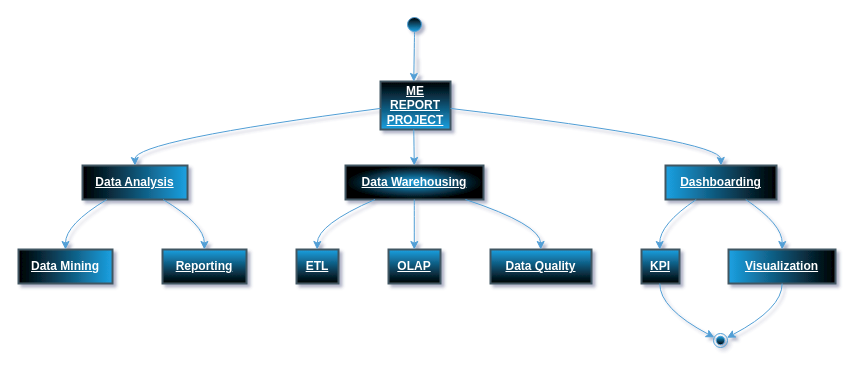
MondeMbono/Work_Stuff keeps this draw.io diagram as Untitled Diagram.drawio. Above is the earlier version. Source tidied: cells renumbered, new cells numbered last; positions are measured from the earlier drawing's top-left corner, leaving out a move shared by most shapes. Both pictures are drawn from the tidied source at 100%, with x=0, y=0 at pixel (18, 17).
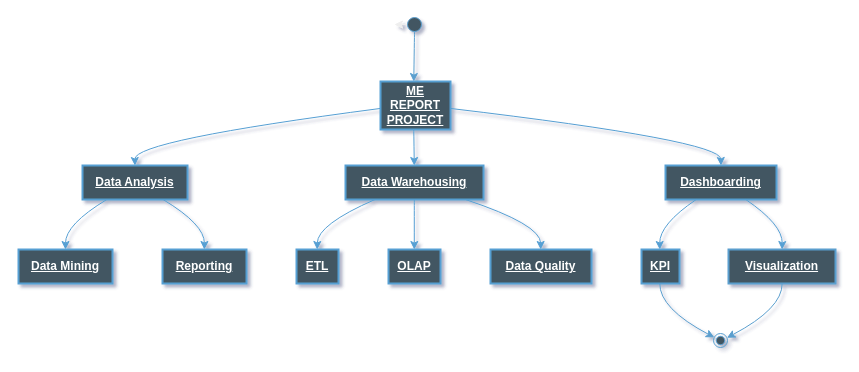
After the change.

Diff of the diagram source:
```diff
@@
-    <mxCell id="2" style="edgeStyle=orthogonalEdgeStyle;rounded=0;jettySize=auto;html=1;strokeColor=#EEEEEE;fontColor=#FFFFFF;fontStyle=5;" parent="1" edge="1" source="3" target="4">
-      <mxGeometry relative="1" as="geometry" />
-    </mxCell>
+    <mxCell id="29" style="edgeStyle=orthogonalEdgeStyle;rounded=0;jettySize=auto;html=1;exitX=1;exitY=0.5;exitDx=0;exitDy=0;strokeColor=#EEEEEE;fontColor=#FFFFFF;" parent="1" edge="1" source="3">
+      <mxGeometry relative="1" as="geometry">
+        <mxPoint x="375.9" y="6.9" as="targetPoint" />
+      </mxGeometry>
+    </mxCell>
-    <mxCell id="3" style="ellipse;rounded=0;labelBackgroundColor=none;fillColor=#1ba1e2;strokeColor=#519ed5;fontColor=#ffffff;gradientColor=default;gradientDirection=north;fontStyle=5;" parent="1" vertex="1">
+    <mxCell id="3" style="ellipse;rounded=0;labelBackgroundColor=none;fillColor=#425762;strokeColor=#5a9ece;fontColor=#ffffff;gradientColor=none;gradientDirection=north;fontStyle=5;" parent="1" vertex="1">
       <mxGeometry x="389" width="14" height="14" as="geometry" />
     </mxCell>
-    <mxCell id="4" value="ME REPORT PROJECT" style="rounded=0;absoluteArcSize=1;arcSize=14;whiteSpace=wrap;strokeWidth=2;labelBackgroundColor=none;fillColor=#1ba1e2;strokeColor=#415762;fontColor=#ffffff;gradientColor=default;gradientDirection=north;fontStyle=5;" parent="1" vertex="1">
+    <mxCell id="4" value="ME REPORT PROJECT" style="rounded=0;absoluteArcSize=1;arcSize=14;whiteSpace=wrap;strokeWidth=2;labelBackgroundColor=none;fillColor=#425762;strokeColor=#569fd3;fontColor=#ffffff;gradientColor=none;gradientDirection=north;fontStyle=5;" parent="1" vertex="1">
       <mxGeometry x="362" y="64" width="70" height="48" as="geometry" />
     </mxCell>
-    <mxCell id="5" value="Data Analysis" style="rounded=0;absoluteArcSize=1;arcSize=14;whiteSpace=wrap;strokeWidth=2;labelBackgroundColor=none;fillColor=#1ba1e2;strokeColor=#415762;fontColor=#ffffff;gradientColor=default;gradientDirection=west;fontStyle=5;" parent="1" vertex="1">
+    <mxCell id="5" value="Data Analysis" style="rounded=0;absoluteArcSize=1;arcSize=14;whiteSpace=wrap;strokeWidth=2;labelBackgroundColor=none;fillColor=#425762;strokeColor=#569fd3;fontColor=#ffffff;gradientColor=none;gradientDirection=west;fontStyle=5;" parent="1" vertex="1">
       <mxGeometry x="64" y="148" width="105" height="34" as="geometry" />
     </mxCell>
-    <mxCell id="6" value="Data Mining" style="rounded=0;absoluteArcSize=1;arcSize=14;whiteSpace=wrap;strokeWidth=2;labelBackgroundColor=none;fillColor=#1ba1e2;strokeColor=#415762;fontColor=#ffffff;gradientColor=default;gradientDirection=west;fontStyle=5;" parent="1" vertex="1">
+    <mxCell id="6" value="Data Mining" style="rounded=0;absoluteArcSize=1;arcSize=14;whiteSpace=wrap;strokeWidth=2;labelBackgroundColor=none;fillColor=#425762;strokeColor=#569fd3;fontColor=#ffffff;gradientColor=none;gradientDirection=west;fontStyle=5;" parent="1" vertex="1">
       <mxGeometry y="232" width="94" height="34" as="geometry" />
     </mxCell>
-    <mxCell id="7" value="Reporting" style="rounded=0;absoluteArcSize=1;arcSize=14;whiteSpace=wrap;strokeWidth=2;labelBackgroundColor=none;fillColor=#1ba1e2;strokeColor=#415762;fontColor=#ffffff;gradientColor=default;fontStyle=5;" parent="1" vertex="1">
+    <mxCell id="7" value="Reporting" style="rounded=0;absoluteArcSize=1;arcSize=14;whiteSpace=wrap;strokeWidth=2;labelBackgroundColor=none;fillColor=#425762;strokeColor=#569fd3;fontColor=#ffffff;gradientColor=none;fontStyle=5;" parent="1" vertex="1">
       <mxGeometry x="144" y="232" width="84" height="34" as="geometry" />
     </mxCell>
-    <mxCell id="8" value="Data Warehousing" style="rounded=0;absoluteArcSize=1;arcSize=14;whiteSpace=wrap;strokeWidth=2;labelBackgroundColor=none;fillColor=#1ba1e2;strokeColor=#415762;fontColor=#ffffff;gradientColor=default;gradientDirection=radial;fontStyle=5;" parent="1" vertex="1">
+    <mxCell id="8" value="Data Warehousing" style="rounded=0;absoluteArcSize=1;arcSize=14;whiteSpace=wrap;strokeWidth=2;labelBackgroundColor=none;fillColor=#425762;strokeColor=#569fd3;fontColor=#ffffff;gradientColor=none;gradientDirection=radial;fontStyle=5;" parent="1" vertex="1">
       <mxGeometry x="327" y="148" width="138" height="34" as="geometry" />
     </mxCell>
-    <mxCell id="9" value="ETL" style="rounded=0;absoluteArcSize=1;arcSize=14;whiteSpace=wrap;strokeWidth=2;labelBackgroundColor=none;fillColor=#1ba1e2;strokeColor=#415762;fontColor=#ffffff;gradientColor=default;fontStyle=5;" parent="1" vertex="1">
+    <mxCell id="9" value="ETL" style="rounded=0;absoluteArcSize=1;arcSize=14;whiteSpace=wrap;strokeWidth=2;labelBackgroundColor=none;fillColor=#425762;strokeColor=#569fd3;fontColor=#ffffff;gradientColor=none;fontStyle=5;" parent="1" vertex="1">
       <mxGeometry x="278" y="232" width="42" height="34" as="geometry" />
     </mxCell>
-    <mxCell id="10" value="OLAP" style="rounded=0;absoluteArcSize=1;arcSize=14;whiteSpace=wrap;strokeWidth=2;labelBackgroundColor=none;fillColor=#1ba1e2;strokeColor=#415762;fontColor=#ffffff;gradientColor=default;fontStyle=5;" parent="1" vertex="1">
+    <mxCell id="10" value="OLAP" style="rounded=0;absoluteArcSize=1;arcSize=14;whiteSpace=wrap;strokeWidth=2;labelBackgroundColor=none;fillColor=#425762;strokeColor=#569fd3;fontColor=#ffffff;gradientColor=none;fontStyle=5;" parent="1" vertex="1">
       <mxGeometry x="370" y="232" width="52" height="34" as="geometry" />
     </mxCell>
-    <mxCell id="11" value="Data Quality" style="rounded=0;absoluteArcSize=1;arcSize=14;whiteSpace=wrap;strokeWidth=2;labelBackgroundColor=none;fillColor=#1ba1e2;strokeColor=#415762;fontColor=#ffffff;gradientColor=default;fontStyle=5;" parent="1" vertex="1">
+    <mxCell id="11" value="Data Quality" style="rounded=0;absoluteArcSize=1;arcSize=14;whiteSpace=wrap;strokeWidth=2;labelBackgroundColor=none;fillColor=#425762;strokeColor=#569fd3;fontColor=#ffffff;gradientColor=none;fontStyle=5;" parent="1" vertex="1">
       <mxGeometry x="472" y="232" width="101" height="34" as="geometry" />
     </mxCell>
-    <mxCell id="12" value="Dashboarding" style="rounded=0;absoluteArcSize=1;arcSize=14;whiteSpace=wrap;strokeWidth=2;labelBackgroundColor=none;fillColor=#1ba1e2;strokeColor=#415762;fontColor=#ffffff;gradientColor=default;gradientDirection=east;fontStyle=5;" parent="1" vertex="1">
+    <mxCell id="12" value="Dashboarding" style="rounded=0;absoluteArcSize=1;arcSize=14;whiteSpace=wrap;strokeWidth=2;labelBackgroundColor=none;fillColor=#425762;strokeColor=#569fd3;fontColor=#ffffff;gradientColor=none;gradientDirection=east;fontStyle=5;" parent="1" vertex="1">
       <mxGeometry x="647" y="148" width="111" height="34" as="geometry" />
     </mxCell>
-    <mxCell id="13" value="KPI" style="rounded=0;absoluteArcSize=1;arcSize=14;whiteSpace=wrap;strokeWidth=2;labelBackgroundColor=none;fillColor=#1ba1e2;strokeColor=#415762;fontColor=#ffffff;gradientColor=default;fontStyle=5;" parent="1" vertex="1">
+    <mxCell id="13" value="KPI" style="rounded=0;absoluteArcSize=1;arcSize=14;whiteSpace=wrap;strokeWidth=2;labelBackgroundColor=none;fillColor=#425762;strokeColor=#569fd3;fontColor=#ffffff;gradientColor=none;fontStyle=5;" parent="1" vertex="1">
       <mxGeometry x="623" y="232" width="38" height="34" as="geometry" />
     </mxCell>
-    <mxCell id="14" value="Visualization" style="rounded=0;absoluteArcSize=1;arcSize=14;whiteSpace=wrap;strokeWidth=2;labelBackgroundColor=none;fillColor=#1ba1e2;strokeColor=#415762;fontColor=#ffffff;gradientColor=default;gradientDirection=east;fontStyle=5;" parent="1" vertex="1">
+    <mxCell id="14" value="Visualization" style="rounded=0;absoluteArcSize=1;arcSize=14;whiteSpace=wrap;strokeWidth=2;labelBackgroundColor=none;fillColor=#425762;strokeColor=#5a9ece;fontColor=#ffffff;gradientColor=none;gradientDirection=east;fontStyle=5;" parent="1" vertex="1">
       <mxGeometry x="710" y="232" width="107" height="34" as="geometry" />
     </mxCell>
-    <mxCell id="15" style="ellipse;shape=endState;rounded=0;labelBackgroundColor=none;fillColor=#1ba1e2;strokeColor=#519ed5;fontColor=#ffffff;gradientColor=default;fontStyle=5;" parent="1" vertex="1">
+    <mxCell id="15" style="ellipse;shape=endState;rounded=0;labelBackgroundColor=none;fillColor=#425762;strokeColor=#5a9ece;fontColor=#ffffff;gradientColor=none;fontStyle=5;" parent="1" vertex="1">
       <mxGeometry x="695" y="316" width="14" height="14" as="geometry" />
     </mxCell>
-    <mxCell id="16" style="curved=1;startArrow=none;exitX=0.48465401785714285;exitY=1;entryX=0.4753502155172414;entryY=0;rounded=0;labelBackgroundColor=none;fontColor=default;fillColor=#1ba1e2;strokeColor=#519ed5;fontStyle=5;" parent="1" edge="1" source="3" target="4">
+    <mxCell id="16" style="curved=1;startArrow=none;exitX=0.48465401785714285;exitY=1;entryX=0.4753502155172414;entryY=0;rounded=0;labelBackgroundColor=none;fontColor=default;fillColor=#1ba1e2;strokeColor=#5a9ece;fontStyle=5;" parent="1" edge="1" source="3" target="4">
       <mxGeometry relative="1" as="geometry" />
     </mxCell>
-    <mxCell id="17" style="curved=1;startArrow=none;exitX=-0.016298491379310345;exitY=0.563046360666309;entryX=0.4992931547619048;entryY=0;rounded=0;labelBackgroundColor=none;fontColor=default;fillColor=#1ba1e2;strokeColor=#519ed5;fontStyle=5;" parent="1" edge="1" source="4" target="5">
+    <mxCell id="17" style="curved=1;startArrow=none;exitX=-0.016298491379310345;exitY=0.563046360666309;entryX=0.4992931547619048;entryY=0;rounded=0;labelBackgroundColor=none;fontColor=default;fillColor=#1ba1e2;strokeColor=#569fd3;fontStyle=5;" parent="1" edge="1" source="4" target="5">
       <mxGeometry relative="1" as="geometry">
         <Array as="points">
           <mxPoint x="116" y="123" />
         </Array>
       </mxGeometry>
     </mxCell>
-    <mxCell id="18" style="curved=1;startArrow=none;exitX=0.2316051941609977;exitY=1;entryX=0.4998337765957447;entryY=0;rounded=0;labelBackgroundColor=none;fontColor=default;fillColor=#1ba1e2;strokeColor=#519ed5;fontStyle=5;" parent="1" edge="1" source="5" target="6">
+    <mxCell id="18" style="curved=1;startArrow=none;exitX=0.2316051941609977;exitY=1;entryX=0.4998337765957447;entryY=0;rounded=0;labelBackgroundColor=none;fontColor=default;fillColor=#1ba1e2;strokeColor=#569fd3;fontStyle=5;" parent="1" edge="1" source="5" target="6">
       <mxGeometry relative="1" as="geometry">
         <Array as="points">
           <mxPoint x="47" y="207" />
         </Array>
       </mxGeometry>
     </mxCell>
-    <mxCell id="19" style="curved=1;startArrow=none;exitX=0.7669811153628118;exitY=1;entryX=0.49841889880952384;entryY=0;rounded=0;labelBackgroundColor=none;fontColor=default;fillColor=#1ba1e2;strokeColor=#519ed5;fontStyle=5;" parent="1" edge="1" source="5" target="7">
+    <mxCell id="19" style="curved=1;startArrow=none;exitX=0.7669811153628118;exitY=1;entryX=0.49841889880952384;entryY=0;rounded=0;labelBackgroundColor=none;fontColor=default;fillColor=#1ba1e2;strokeColor=#569fd3;fontStyle=5;" parent="1" edge="1" source="5" target="7">
       <mxGeometry relative="1" as="geometry">
         <Array as="points">
           <mxPoint x="186" y="207" />
         </Array>
       </mxGeometry>
     </mxCell>
-    <mxCell id="20" style="curved=1;startArrow=none;exitX=0.4753502155172414;exitY=1;entryX=0.49844316123188404;entryY=0;rounded=0;labelBackgroundColor=none;fontColor=default;fillColor=#1ba1e2;strokeColor=#519ed5;fontStyle=5;" parent="1" edge="1" source="4" target="8">
+    <mxCell id="20" style="curved=1;startArrow=none;exitX=0.4753502155172414;exitY=1;entryX=0.49844316123188404;entryY=0;rounded=0;labelBackgroundColor=none;fontColor=default;fillColor=#1ba1e2;strokeColor=#569fd3;fontStyle=5;" parent="1" edge="1" source="4" target="8">
       <mxGeometry relative="1" as="geometry" />
     </mxCell>
-    <mxCell id="21" style="curved=1;startArrow=none;exitX=0.21367308812111796;exitY=1;entryX=0.4927455357142857;entryY=0;rounded=0;labelBackgroundColor=none;fontColor=default;fillColor=#1ba1e2;strokeColor=#519ed5;fontStyle=5;" parent="1" edge="1" source="8" target="9">
+    <mxCell id="21" style="curved=1;startArrow=none;exitX=0.21367308812111796;exitY=1;entryX=0.4927455357142857;entryY=0;rounded=0;labelBackgroundColor=none;fontColor=default;fillColor=#1ba1e2;strokeColor=#569fd3;fontStyle=5;" parent="1" edge="1" source="8" target="9">
       <mxGeometry relative="1" as="geometry">
         <Array as="points">
           <mxPoint x="299" y="207" />
         </Array>
       </mxGeometry>
     </mxCell>
-    <mxCell id="22" style="curved=1;startArrow=none;exitX=0.49844316123188404;exitY=1;entryX=0.4958683894230769;entryY=0;rounded=0;labelBackgroundColor=none;fontColor=default;fillColor=#1ba1e2;strokeColor=#519ed5;fontStyle=5;" parent="1" edge="1" source="8" target="10">
+    <mxCell id="22" style="curved=1;startArrow=none;exitX=0.49844316123188404;exitY=1;entryX=0.4958683894230769;entryY=0;rounded=0;labelBackgroundColor=none;fontColor=default;fillColor=#1ba1e2;strokeColor=#569fd3;fontStyle=5;" parent="1" edge="1" source="8" target="10">
       <mxGeometry relative="1" as="geometry" />
     </mxCell>
-    <mxCell id="23" style="curved=1;startArrow=none;exitX=0.8692915911835748;exitY=1;entryX=0.4972540222772277;entryY=0;rounded=0;labelBackgroundColor=none;fontColor=default;fillColor=#1ba1e2;strokeColor=#519ed5;fontStyle=5;" parent="1" edge="1" source="8" target="11">
+    <mxCell id="23" style="curved=1;startArrow=none;exitX=0.8692915911835748;exitY=1;entryX=0.4972540222772277;entryY=0;rounded=0;labelBackgroundColor=none;fontColor=default;fillColor=#1ba1e2;strokeColor=#569fd3;fontStyle=5;" parent="1" edge="1" source="8" target="11">
       <mxGeometry relative="1" as="geometry">
         <Array as="points">
           <mxPoint x="522" y="207" />
         </Array>
       </mxGeometry>
     </mxCell>
-    <mxCell id="24" style="curved=1;startArrow=none;exitX=0.9669989224137931;exitY=0.5574302922501322;entryX=0.4996656813063063;entryY=0;rounded=0;labelBackgroundColor=none;fontColor=default;fillColor=#1ba1e2;strokeColor=#519ed5;fontStyle=5;" parent="1" edge="1" source="4" target="12">
+    <mxCell id="24" style="curved=1;startArrow=none;exitX=0.9669989224137931;exitY=0.5574302922501322;entryX=0.4996656813063063;entryY=0;rounded=0;labelBackgroundColor=none;fontColor=default;fillColor=#1ba1e2;strokeColor=#569fd3;fontStyle=5;" parent="1" edge="1" source="4" target="12">
       <mxGeometry relative="1" as="geometry">
         <Array as="points">
           <mxPoint x="702" y="123" />
         </Array>
       </mxGeometry>
     </mxCell>
-    <mxCell id="25" style="curved=1;startArrow=none;exitX=0.27662358228764466;exitY=1;entryX=0.48149671052631576;entryY=0;rounded=0;labelBackgroundColor=none;fontColor=default;fillColor=#1ba1e2;strokeColor=#519ed5;fontStyle=5;" parent="1" edge="1" source="12" target="13">
+    <mxCell id="25" style="curved=1;startArrow=none;exitX=0.27662358228764466;exitY=1;entryX=0.48149671052631576;entryY=0;rounded=0;labelBackgroundColor=none;fontColor=default;fillColor=#1ba1e2;strokeColor=#569fd3;fontStyle=5;" parent="1" edge="1" source="12" target="13">
       <mxGeometry relative="1" as="geometry">
         <Array as="points">
           <mxPoint x="641" y="207" />
         </Array>
       </mxGeometry>
     </mxCell>
-    <mxCell id="26" style="curved=1;startArrow=none;exitX=0.722707780324968;exitY=1;entryX=0.5012047313084113;entryY=0;rounded=0;labelBackgroundColor=none;fontColor=default;fillColor=#1ba1e2;strokeColor=#519ed5;fontStyle=5;" parent="1" edge="1" source="12" target="14">
+    <mxCell id="26" style="curved=1;startArrow=none;exitX=0.722707780324968;exitY=1;entryX=0.5012047313084113;entryY=0;rounded=0;labelBackgroundColor=none;fontColor=default;fillColor=#1ba1e2;strokeColor=#569fd3;fontStyle=5;" parent="1" edge="1" source="12" target="14">
       <mxGeometry relative="1" as="geometry">
         <Array as="points">
           <mxPoint x="764" y="207" />
         </Array>
       </mxGeometry>
     </mxCell>
-    <mxCell id="27" style="curved=1;startArrow=none;exitX=0.48149671052631576;exitY=1;entryX=0.03306361607142857;entryY=0.2384168343072466;rounded=0;labelBackgroundColor=none;fontColor=default;fillColor=#1ba1e2;strokeColor=#519ed5;fontStyle=5;" parent="1" edge="1" source="13" target="15">
+    <mxCell id="27" style="curved=1;startArrow=none;exitX=0.48149671052631576;exitY=1;entryX=0.03306361607142857;entryY=0.2384168343072466;rounded=0;labelBackgroundColor=none;fontColor=default;fillColor=#1ba1e2;strokeColor=#5a9ece;fontStyle=5;" parent="1" edge="1" source="13" target="15">
       <mxGeometry relative="1" as="geometry">
         <Array as="points">
           <mxPoint x="641" y="291" />
         </Array>
       </mxGeometry>
     </mxCell>
-    <mxCell id="28" style="curved=1;startArrow=none;exitX=0.5012047313084113;exitY=1;entryX=1.0330636160714286;entryY=0.2384168343072466;rounded=0;labelBackgroundColor=none;fontColor=default;fillColor=#1ba1e2;strokeColor=#519ed5;fontStyle=5;" parent="1" edge="1" source="14" target="15">
+    <mxCell id="28" style="curved=1;startArrow=none;exitX=0.5012047313084113;exitY=1;entryX=1.0330636160714286;entryY=0.2384168343072466;rounded=0;labelBackgroundColor=none;fontColor=default;fillColor=#1ba1e2;strokeColor=#5a9ece;fontStyle=5;" parent="1" edge="1" source="14" target="15">
       <mxGeometry relative="1" as="geometry">
         <Array as="points">
           <mxPoint x="764" y="291" />
         </Array>
       </mxGeometry>
     </mxCell>
```
